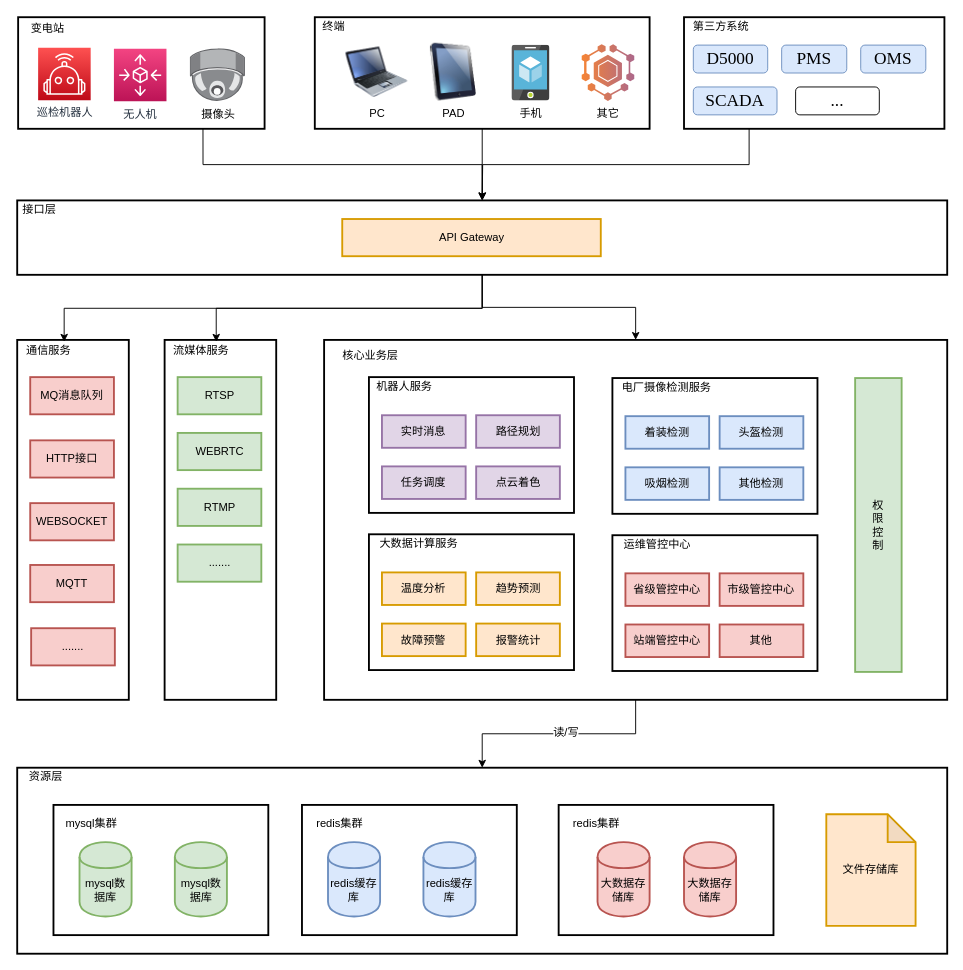
Before: 易达智慧运维监控系统v2.0.drawio in wangyufei0807/draw, a draw.io diagram. Source tidied: cells renumbered, new cells numbered last; positions are measured from the earlier drawing's top-left corner, leaving out a move shared by most shapes. Both pictures are drawn from the tidied source at 93%, with x=0, y=0 at pixel (17, 17).
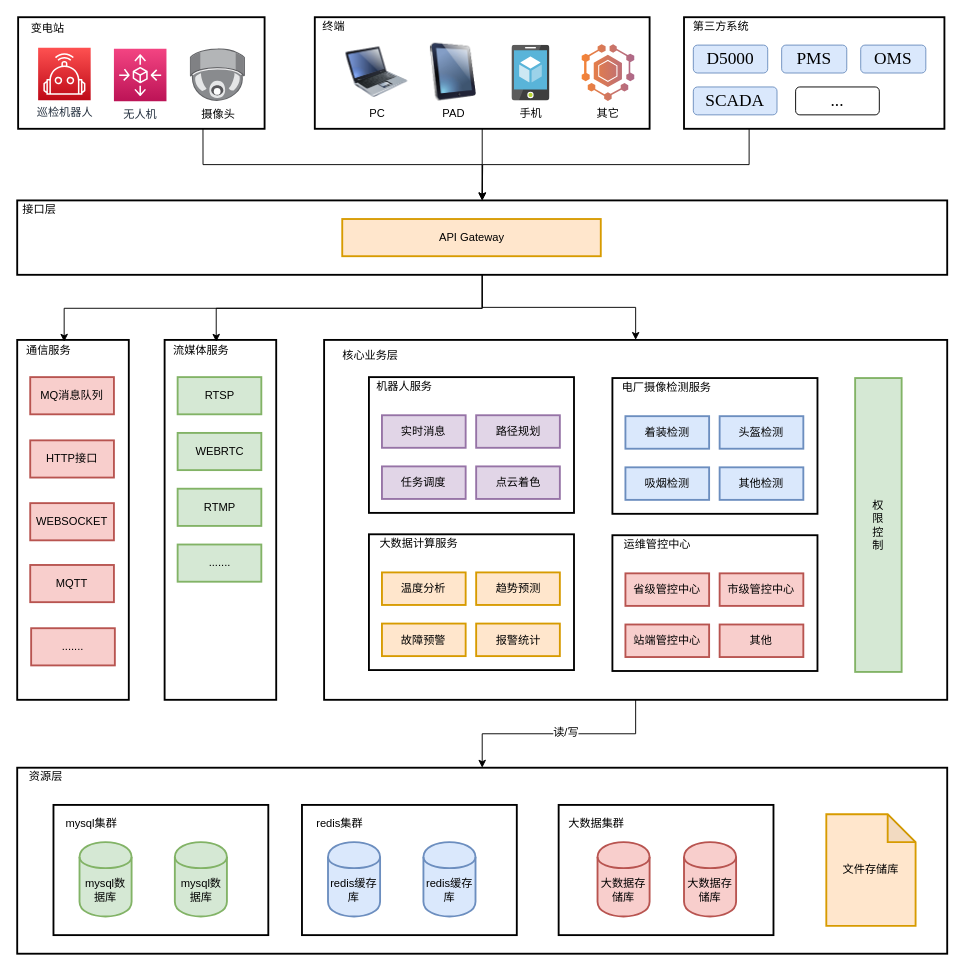
Above is the later version.

Commit message (it also covers changes not shown here):
更新易达智慧运维监控系统v2.0.drawio

Change to the diagram source:
```diff
@@
-    <mxCell id="84" value="redis集群" style="text;html=1;strokeColor=none;fillColor=none;align=center;verticalAlign=middle;whiteSpace=wrap;rounded=0;labelBackgroundColor=none;" parent="1" vertex="1">
+    <mxCell id="84" value="大数据集群" style="text;html=1;strokeColor=none;fillColor=none;align=center;verticalAlign=middle;whiteSpace=wrap;rounded=0;labelBackgroundColor=none;" parent="1" vertex="1">
       <mxGeometry x="583.2" y="857" width="80" height="20" as="geometry" />
     </mxCell>
```
